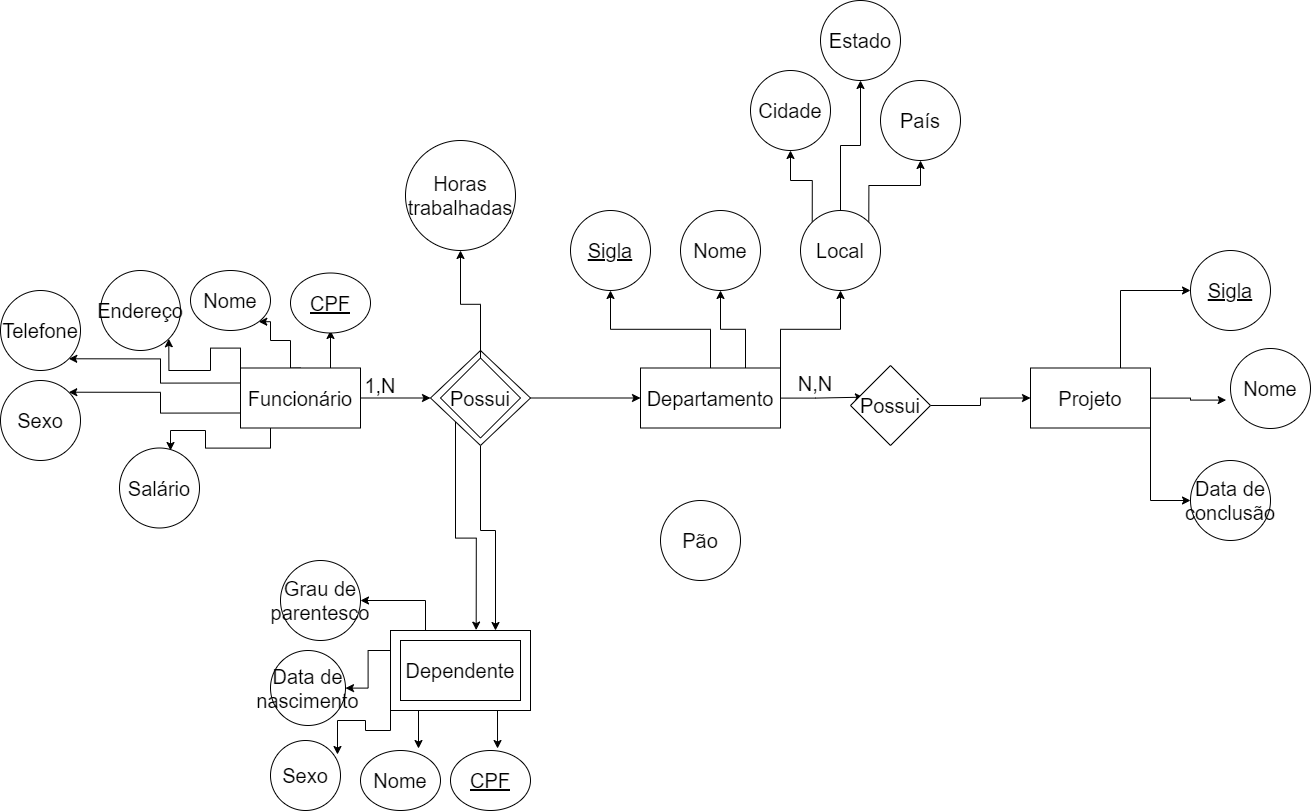
Cams1403/handson keeps this draw.io diagram as HO03.drawio.png. Above is the earlier version. Source tidied: cells renumbered, new cells last; positions are measured from the earlier drawing's top-left corner, leaving out a move shared by most shapes.
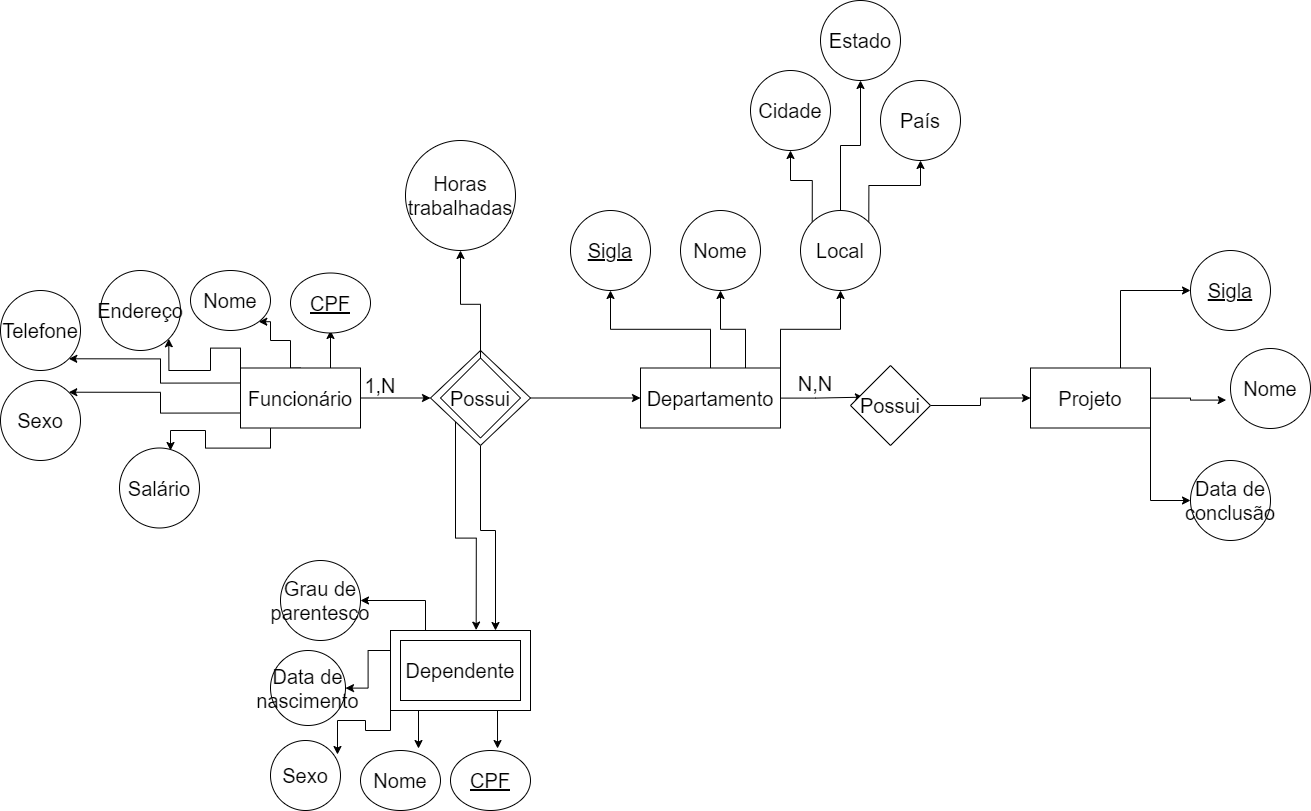
Later version of the same file.

What changed in the source:
```diff
@@ -191,8 +191,5 @@
     <mxCell id="59" value="Horas&lt;br&gt;trabalhadas" style="ellipse;whiteSpace=wrap;html=1;fontSize=20;" parent="1" vertex="1">
       <mxGeometry x="405" y="140" width="110" height="110" as="geometry" />
     </mxCell>
-    <mxCell id="60" value="Pão" style="ellipse;whiteSpace=wrap;html=1;fontSize=20;" parent="1" vertex="1">
-      <mxGeometry x="660" y="500" width="80" height="80" as="geometry" />
-    </mxCell>
   </root>
 </mxGraphModel>
```
